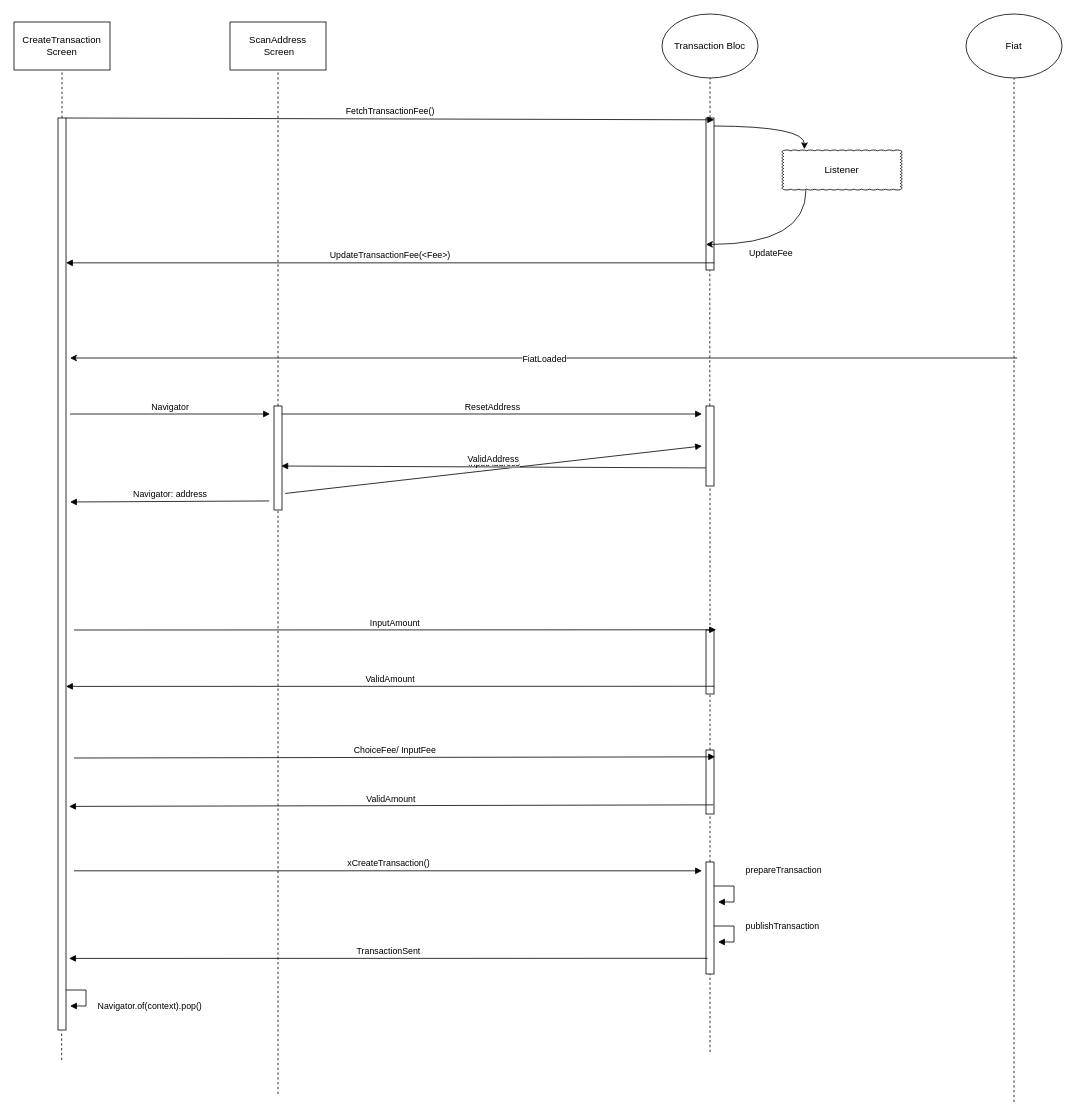
This is CreateTransactionScreen_Diagram.drawio from TzuHanLiang/flutter, a draw.io file, before an edit. Source tidied: cells renumbered, new cells numbered last; positions are measured from the earlier drawing's top-left corner, leaving out a move shared by most shapes. Both pictures are drawn from the tidied source at 80%, with x=0, y=0 at pixel (14, 14).
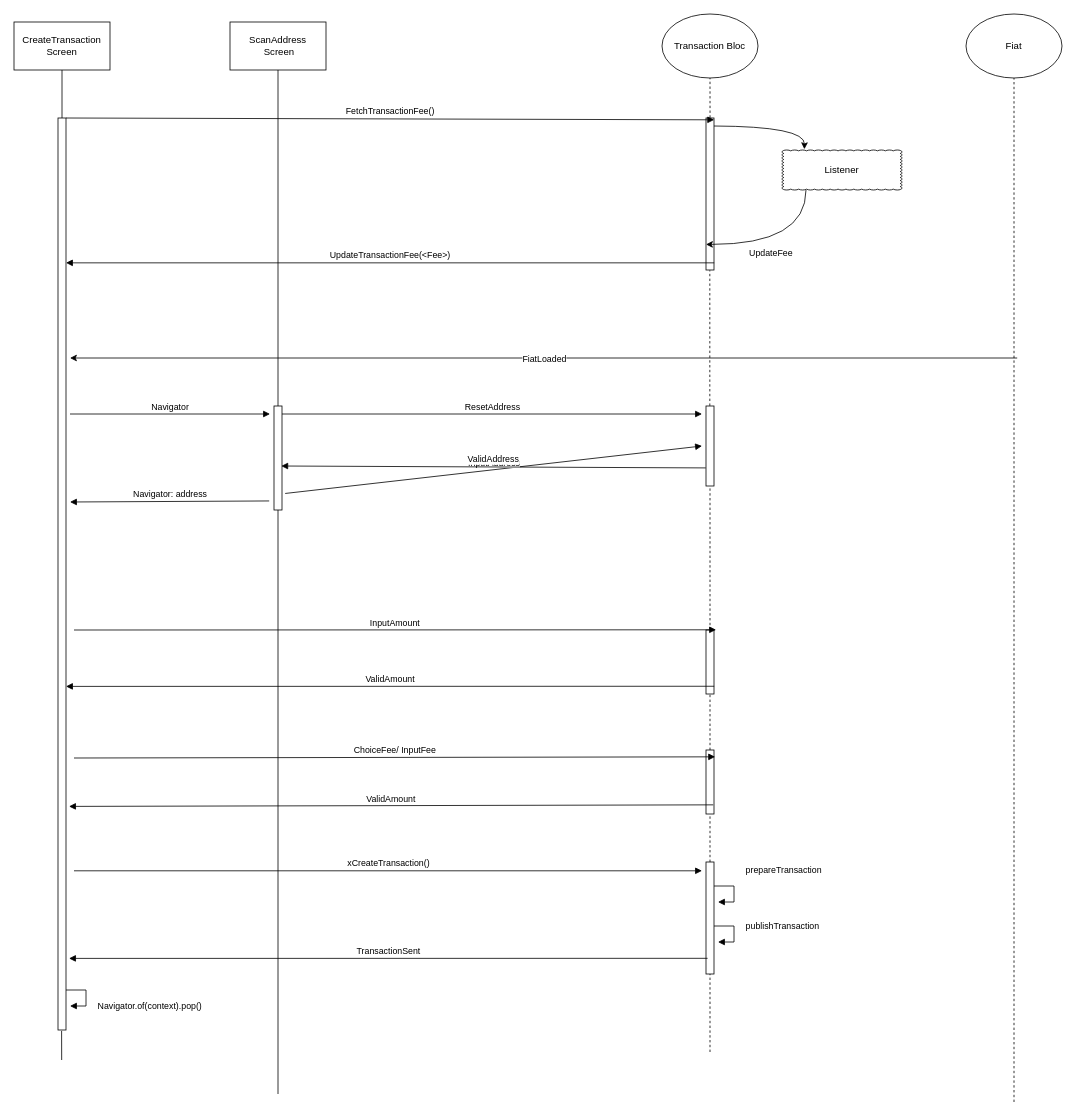
Above is the later version.

The change refers to these unchanged cells:
```xml
<mxCell id="2" value="CreateTransaction Screen" style="rounded=0;whiteSpace=wrap;html=1;" parent="1" vertex="1">
  <mxGeometry y="10" width="120" height="60" as="geometry" />
</mxCell>
<mxCell id="7" style="html=1;points=[];perimeter=orthogonalPerimeter;" parent="1" vertex="1">
  <mxGeometry x="55" y="130" width="10" height="1140" as="geometry" />
</mxCell>
<mxCell id="41" style="html=1;points=[];perimeter=orthogonalPerimeter;" parent="1" vertex="1">
  <mxGeometry x="325" y="490" width="10" height="130" as="geometry" />
</mxCell>
```

Change to the diagram source:
```diff
@@
-    <mxCell id="5" style="endArrow=none;dashed=1;html=1;entryX=0.5;entryY=1;entryDx=0;entryDy=0;" parent="1" edge="1" source="7" target="2">
+    <mxCell id="5" style="endArrow=none;html=1;entryX=0.5;entryY=1;entryDx=0;entryDy=0;" parent="1" edge="1" source="7" target="2">
       <mxGeometry relative="1" as="geometry" />
     </mxCell>
@@
-    <mxCell id="16" style="endArrow=none;dashed=1;html=1;entryX=0.5;entryY=1;entryDx=0;entryDy=0;" parent="1" edge="1" source="41">
+    <mxCell id="16" style="endArrow=none;html=1;entryX=0.5;entryY=1;entryDx=0;entryDy=0;" parent="1" edge="1" source="41">
       <mxGeometry relative="1" as="geometry">
         <mxPoint x="330" y="70" as="targetPoint" />
       </mxGeometry>
     </mxCell>
@@
-    <mxCell id="31" style="endArrow=none;dashed=1;html=1;entryX=0.45;entryY=1.001;entryDx=0;entryDy=0;entryPerimeter=0;" parent="1" edge="1" target="7">
+    <mxCell id="31" style="endArrow=none;html=1;entryX=0.45;entryY=1.001;entryDx=0;entryDy=0;entryPerimeter=0;" parent="1" edge="1" target="7">
       <mxGeometry x="139.6" y="610" as="geometry">
         <mxPoint x="59.6" y="1307.5" as="sourcePoint" />
       </mxGeometry>
     </mxCell>
@@
-    <mxCell id="42" style="endArrow=none;dashed=1;html=1;entryX=0.5;entryY=1;entryDx=0;entryDy=0;" parent="1" edge="1" target="41">
+    <mxCell id="42" style="endArrow=none;html=1;entryX=0.5;entryY=1;entryDx=0;entryDy=0;" parent="1" edge="1" target="41">
       <mxGeometry relative="1" as="geometry">
         <mxPoint x="330" y="1350" as="sourcePoint" />
       </mxGeometry>
     </mxCell>
```
